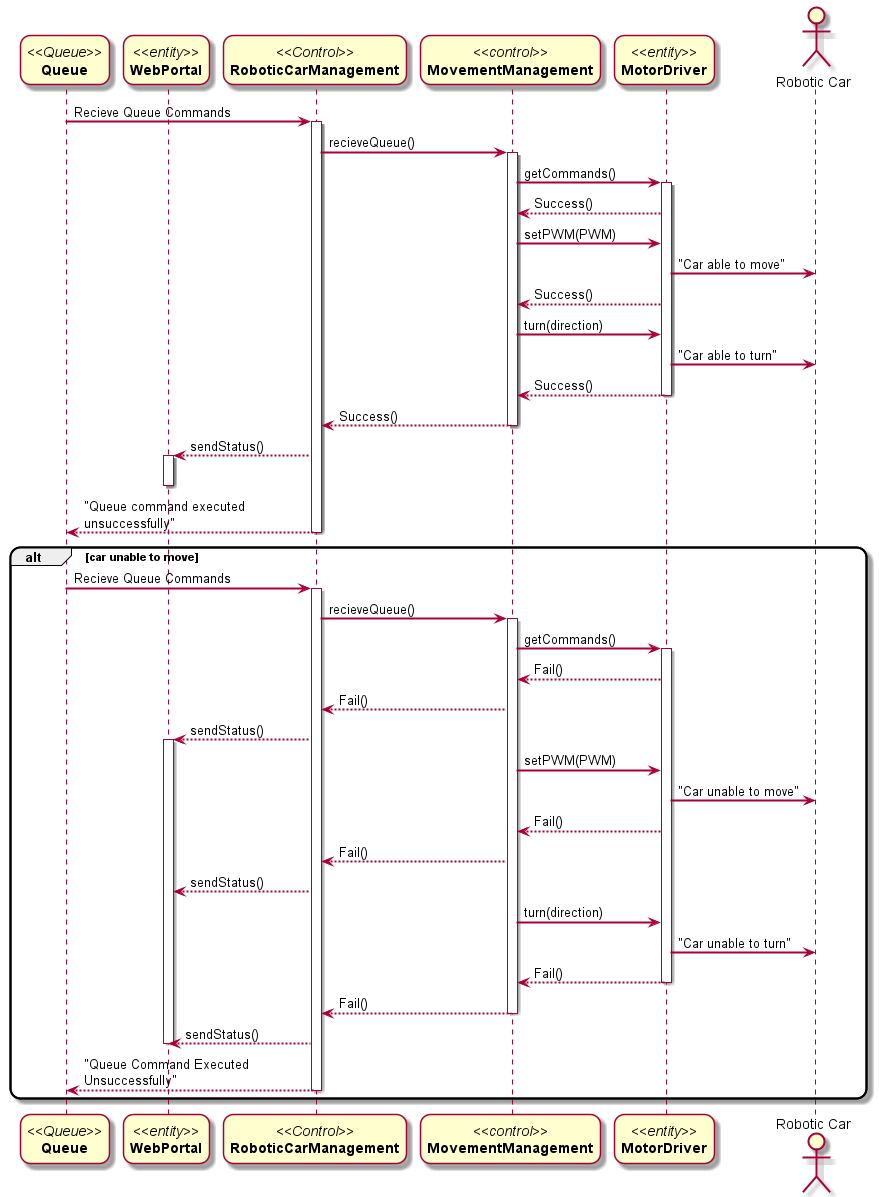
Earlier version of the PlantUML export Docs/Sequence Diagrams/Project Sequence-Diagram-UC5.png (DanielFYJ/2101-2201-Project).
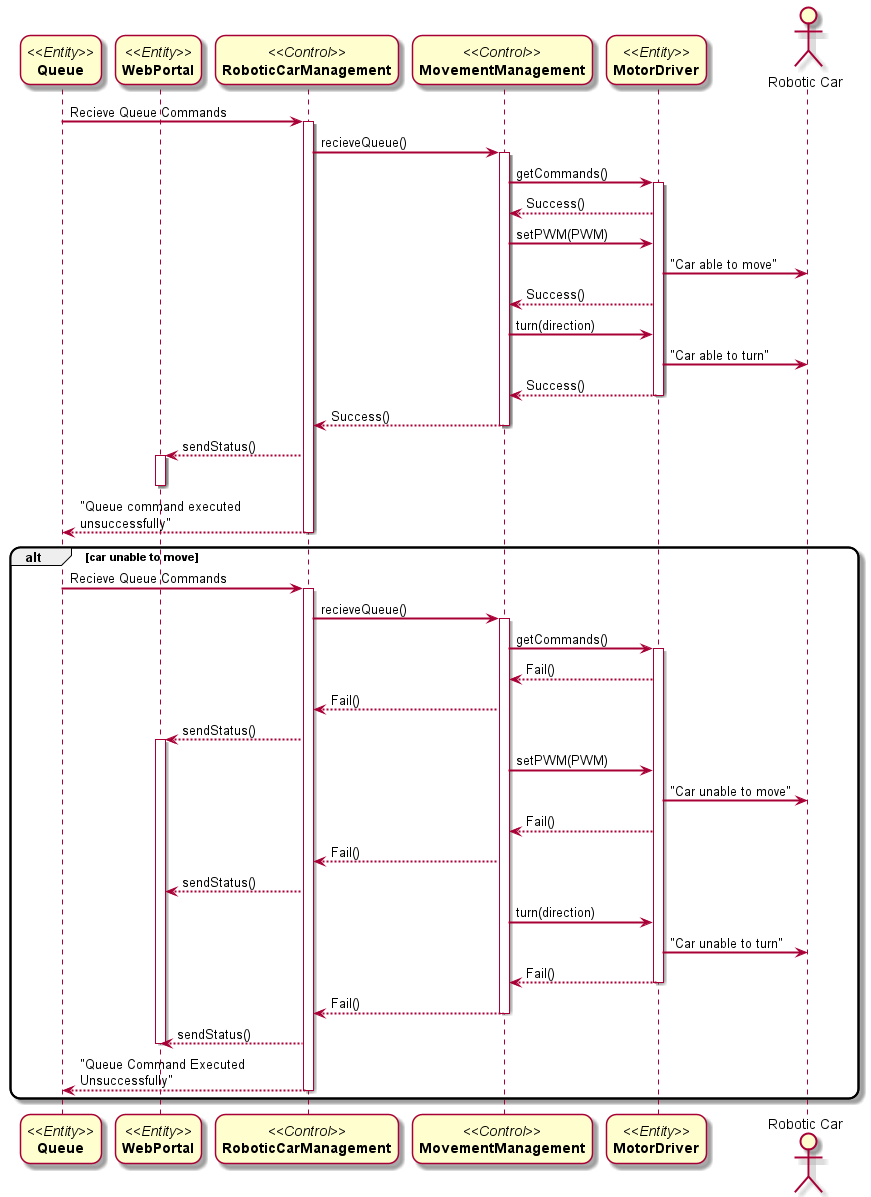
The same file after the commit.

The edit, as a diff of the source:
```diff
@@ -2,11 +2,11 @@
 skinparam sequenceArrowThickness 2
 skinparam roundcorner 20
 skinparam maxmessagesize 200
-participant "//<<Queue>>//\n**Queue**" as Queue
-participant "//<<entity>>//\n**WebPortal**" as WebPortal
+participant "//<<Entity>>//\n**Queue**" as Queue
+participant "//<<Entity>>//\n**WebPortal**" as WebPortal
 participant "//<<Control>>//\n**RoboticCarManagement**" as RoboticCarManagement
-participant "//<<control>>//\n**MovementManagement**" as B
-participant "//<<entity>>//\n**MotorDriver**" as C
+participant "//<<Control>>//\n**MovementManagement**" as B
+participant "//<<Entity>>//\n**MotorDriver**" as C
 actor "Robotic Car" as RC
 
 Queue -> RoboticCarManagement: Recieve Queue Commands
```
